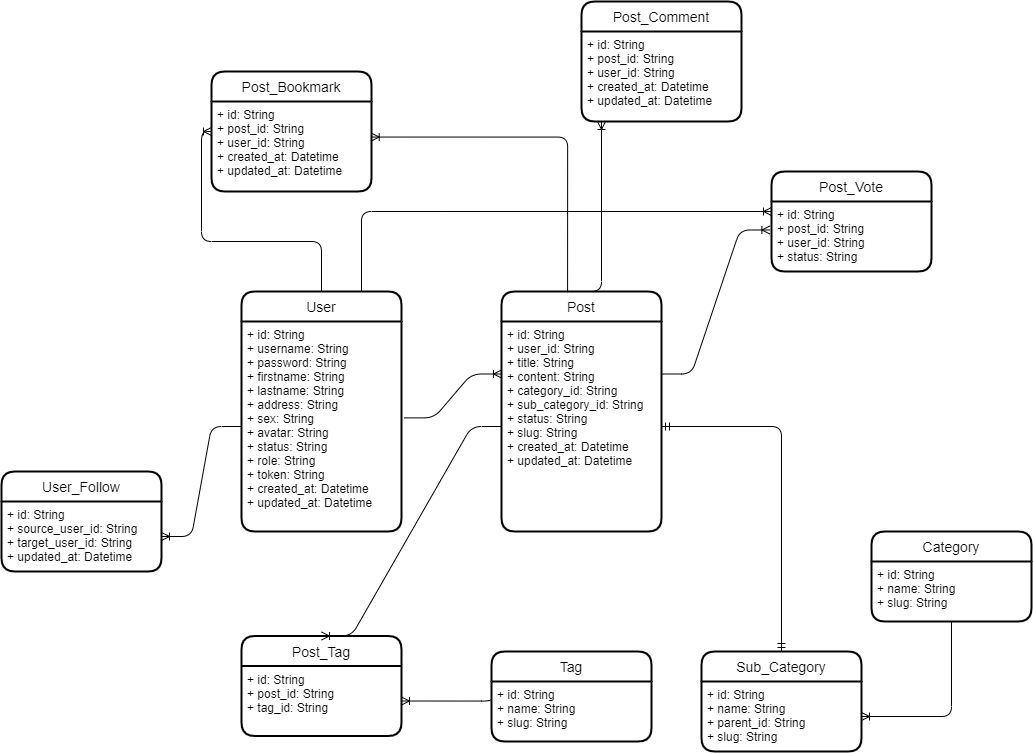
Before: 31 - Blog Database/31-Database.png, a diagram exported from draw.io (ttnhat17it3/BaiTapNodeJS). Source tidied: cells renumbered, new cells last; positions are measured from the earlier drawing's top-left corner, leaving out a move shared by most shapes. Its diagram source:
```xml
<mxGraphModel>
  <root>
    <mxCell id="0" />
    <mxCell id="1" parent="0" />
    <mxCell id="2" value="User" style="swimlane;horizontal=1;startSize=30;rounded=1;fontSize=14;fontStyle=0;strokeWidth=2;shadow=0;dashed=0;align=center;" parent="1" vertex="1">
      <mxGeometry x="240" y="290" width="160" height="240" as="geometry" />
    </mxCell>
    <mxCell id="3" value="+ id: String&#10;+ username: String&#10;+ password: String&#10;+ firstname: String&#10;+ lastname: String&#10;+ address: String&#10;+ sex: String&#10;+ avatar: String&#10;+ status: String&#10;+ role: String&#10;+ token: String&#10;+ created_at: Datetime&#10;+ updated_at: Datetime" style="align=left;strokeColor=none;fillColor=none;spacingLeft=4;fontSize=12;verticalAlign=top;" parent="2" vertex="1">
      <mxGeometry y="30" width="160" height="210" as="geometry" />
    </mxCell>
    <mxCell id="4" value="Post" style="swimlane;horizontal=1;startSize=30;rounded=1;fontSize=14;fontStyle=0;strokeWidth=2;shadow=0;dashed=0;align=center;" parent="1" vertex="1">
      <mxGeometry x="500" y="290" width="160" height="240" as="geometry" />
    </mxCell>
    <mxCell id="5" value="+ id: String&#10;+ user_id: String&#10;+ title: String&#10;+ content: String&#10;+ category_id: String&#10;+ sub_category_id: String&#10;+ status: String&#10;+ slug: String&#10;+ created_at: Datetime&#10;+ updated_at: Datetime&#10;" style="align=left;strokeColor=none;fillColor=none;spacingLeft=4;fontSize=12;verticalAlign=top;" parent="4" vertex="1">
      <mxGeometry y="30" width="160" height="210" as="geometry" />
    </mxCell>
    <mxCell id="6" value="Category" style="swimlane;horizontal=1;startSize=30;rounded=1;fontSize=14;fontStyle=0;strokeWidth=2;shadow=0;dashed=0;align=center;" parent="1" vertex="1">
      <mxGeometry x="870" y="530" width="160" height="90" as="geometry" />
    </mxCell>
    <mxCell id="7" value="+ id: String&#10;+ name: String&#10;+ slug: String" style="align=left;strokeColor=none;fillColor=none;spacingLeft=4;fontSize=12;verticalAlign=top;" parent="6" vertex="1">
      <mxGeometry y="30" width="160" height="60" as="geometry" />
    </mxCell>
    <mxCell id="8" value="Tag" style="swimlane;horizontal=1;startSize=30;rounded=1;fontSize=14;fontStyle=0;strokeWidth=2;shadow=0;dashed=0;align=center;" parent="1" vertex="1">
      <mxGeometry x="490" y="650" width="160" height="90" as="geometry" />
    </mxCell>
    <mxCell id="9" value="+ id: String&#10;+ name: String&#10;+ slug: String" style="align=left;strokeColor=none;fillColor=none;spacingLeft=4;fontSize=12;verticalAlign=top;" parent="8" vertex="1">
      <mxGeometry y="30" width="160" height="60" as="geometry" />
    </mxCell>
    <mxCell id="10" value="Sub_Category" style="swimlane;horizontal=1;startSize=30;rounded=1;fontSize=14;fontStyle=0;strokeWidth=2;shadow=0;dashed=0;align=center;" parent="1" vertex="1">
      <mxGeometry x="700" y="650" width="160" height="100" as="geometry" />
    </mxCell>
    <mxCell id="11" value="+ id: String&#10;+ name: String&#10;+ parent_id: String&#10;+ slug: String" style="align=left;strokeColor=none;fillColor=none;spacingLeft=4;fontSize=12;verticalAlign=top;" parent="10" vertex="1">
      <mxGeometry y="30" width="160" height="70" as="geometry" />
    </mxCell>
    <mxCell id="12" value="Post_Tag" style="swimlane;horizontal=1;startSize=30;rounded=1;fontSize=14;fontStyle=0;strokeWidth=2;shadow=0;dashed=0;align=center;" parent="1" vertex="1">
      <mxGeometry x="240" y="634.5" width="160" height="100" as="geometry" />
    </mxCell>
    <mxCell id="13" value="+ id: String&#10;+ post_id: String&#10;+ tag_id: String" style="align=left;strokeColor=none;fillColor=none;spacingLeft=4;fontSize=12;verticalAlign=top;" parent="12" vertex="1">
      <mxGeometry y="30" width="160" height="70" as="geometry" />
    </mxCell>
    <mxCell id="14" value="Post_Comment" style="swimlane;horizontal=1;startSize=30;rounded=1;fontSize=14;fontStyle=0;strokeWidth=2;shadow=0;dashed=0;align=center;" parent="1" vertex="1">
      <mxGeometry x="580" width="160" height="120" as="geometry" />
    </mxCell>
    <mxCell id="15" value="+ id: String&#10;+ post_id: String&#10;+ user_id: String&#10;+ created_at: Datetime&#10;+ updated_at: Datetime" style="align=left;strokeColor=none;fillColor=none;spacingLeft=4;fontSize=12;verticalAlign=top;" parent="14" vertex="1">
      <mxGeometry y="30" width="160" height="90" as="geometry" />
    </mxCell>
    <mxCell id="16" value="User_Follow" style="swimlane;horizontal=1;startSize=30;rounded=1;fontSize=14;fontStyle=0;strokeWidth=2;shadow=0;dashed=0;align=center;" parent="1" vertex="1">
      <mxGeometry y="470" width="160" height="100" as="geometry" />
    </mxCell>
    <mxCell id="17" value="+ id: String&#10;+ source_user_id: String&#10;+ target_user_id: String&#10;+ updated_at: Datetime" style="align=left;strokeColor=none;fillColor=none;spacingLeft=4;fontSize=12;verticalAlign=top;" parent="16" vertex="1">
      <mxGeometry y="30" width="160" height="70" as="geometry" />
    </mxCell>
    <mxCell id="18" value="Post_Vote" style="swimlane;horizontal=1;startSize=30;rounded=1;fontSize=14;fontStyle=0;strokeWidth=2;shadow=0;dashed=0;align=center;" parent="1" vertex="1">
      <mxGeometry x="770" y="170" width="160" height="100" as="geometry" />
    </mxCell>
    <mxCell id="19" value="+ id: String&#10;+ post_id: String&#10;+ user_id: String&#10;+ status: String" style="align=left;strokeColor=none;fillColor=none;spacingLeft=4;fontSize=12;verticalAlign=top;" parent="18" vertex="1">
      <mxGeometry y="30" width="160" height="70" as="geometry" />
    </mxCell>
    <mxCell id="20" style="edgeStyle=entityRelationEdgeStyle;fontSize=12;html=1;endArrow=ERoneToMany;entryX=0.5;entryY=0;entryDx=0;entryDy=0;" parent="1" edge="1" source="5" target="12">
      <mxGeometry relative="1" as="geometry" />
    </mxCell>
    <mxCell id="21" style="edgeStyle=orthogonalEdgeStyle;fontSize=12;html=1;endArrow=ERmandOne;startArrow=ERmandOne;exitX=1;exitY=0.5;exitDx=0;exitDy=0;" parent="1" edge="1" source="5" target="10">
      <mxGeometry relative="1" as="geometry" />
    </mxCell>
    <mxCell id="22" style="edgeStyle=orthogonalEdgeStyle;fontSize=12;html=1;endArrow=ERoneToMany;entryX=1;entryY=0.5;entryDx=0;entryDy=0;exitX=0;exitY=0.25;exitDx=0;exitDy=0;" parent="1" edge="1" source="9" target="13">
      <mxGeometry relative="1" as="geometry">
        <Array as="points">
          <mxPoint x="490" y="700" />
        </Array>
      </mxGeometry>
    </mxCell>
    <mxCell id="23" style="edgeStyle=orthogonalEdgeStyle;fontSize=12;html=1;endArrow=ERoneToMany;exitX=0.5;exitY=1;exitDx=0;exitDy=0;entryX=1;entryY=0.5;entryDx=0;entryDy=0;" parent="1" edge="1" source="7" target="11">
      <mxGeometry relative="1" as="geometry" />
    </mxCell>
    <mxCell id="24" style="edgeStyle=entityRelationEdgeStyle;fontSize=12;html=1;endArrow=ERoneToMany;exitX=1.016;exitY=0.459;exitDx=0;exitDy=0;exitPerimeter=0;entryX=0;entryY=0.25;entryDx=0;entryDy=0;" parent="1" edge="1" source="3" target="5">
      <mxGeometry relative="1" as="geometry" />
    </mxCell>
    <mxCell id="25" style="edgeStyle=orthogonalEdgeStyle;fontSize=12;html=1;endArrow=ERoneToMany;exitX=0.5;exitY=0;exitDx=0;exitDy=0;" parent="1" edge="1" source="4" target="15">
      <mxGeometry relative="1" as="geometry">
        <Array as="points">
          <mxPoint x="600" y="290" />
        </Array>
      </mxGeometry>
    </mxCell>
    <mxCell id="26" style="edgeStyle=entityRelationEdgeStyle;fontSize=12;html=1;endArrow=ERoneToMany;exitX=1;exitY=0.25;exitDx=0;exitDy=0;entryX=-0.01;entryY=0.407;entryDx=0;entryDy=0;entryPerimeter=0;" parent="1" edge="1" source="5" target="19">
      <mxGeometry relative="1" as="geometry" />
    </mxCell>
    <mxCell id="27" style="edgeStyle=entityRelationEdgeStyle;fontSize=12;html=1;endArrow=ERoneToMany;exitX=0;exitY=0.5;exitDx=0;exitDy=0;entryX=1;entryY=0.5;entryDx=0;entryDy=0;" parent="1" edge="1" source="3" target="17">
      <mxGeometry relative="1" as="geometry" />
    </mxCell>
    <mxCell id="28" value="Post_Bookmark" style="swimlane;horizontal=1;startSize=30;rounded=1;fontSize=14;fontStyle=0;strokeWidth=2;shadow=0;dashed=0;align=center;" parent="1" vertex="1">
      <mxGeometry x="210" y="70" width="160" height="120" as="geometry" />
    </mxCell>
    <mxCell id="29" value="+ id: String&#10;+ post_id: String&#10;+ user_id: String&#10;+ created_at: Datetime&#10;+ updated_at: Datetime" style="align=left;strokeColor=none;fillColor=none;spacingLeft=4;fontSize=12;verticalAlign=top;" parent="28" vertex="1">
      <mxGeometry y="30" width="160" height="90" as="geometry" />
    </mxCell>
    <mxCell id="30" style="edgeStyle=orthogonalEdgeStyle;fontSize=12;html=1;endArrow=ERoneToMany;exitX=0.413;exitY=0.003;exitDx=0;exitDy=0;exitPerimeter=0;entryX=0.998;entryY=0.395;entryDx=0;entryDy=0;entryPerimeter=0;" parent="1" edge="1" source="4" target="29">
      <mxGeometry relative="1" as="geometry" />
    </mxCell>
    <mxCell id="31" style="edgeStyle=orthogonalEdgeStyle;fontSize=12;html=1;endArrow=ERoneToMany;exitX=0.5;exitY=0;exitDx=0;exitDy=0;entryX=0;entryY=0.5;entryDx=0;entryDy=0;" parent="1" edge="1" source="2" target="28">
      <mxGeometry relative="1" as="geometry" />
    </mxCell>
    <mxCell id="32" style="edgeStyle=orthogonalEdgeStyle;fontSize=12;html=1;endArrow=ERoneToMany;exitX=0.75;exitY=0;exitDx=0;exitDy=0;entryX=0;entryY=0.143;entryDx=0;entryDy=0;entryPerimeter=0;" parent="1" edge="1" source="2" target="19">
      <mxGeometry relative="1" as="geometry" />
    </mxCell>
  </root>
</mxGraphModel>
```
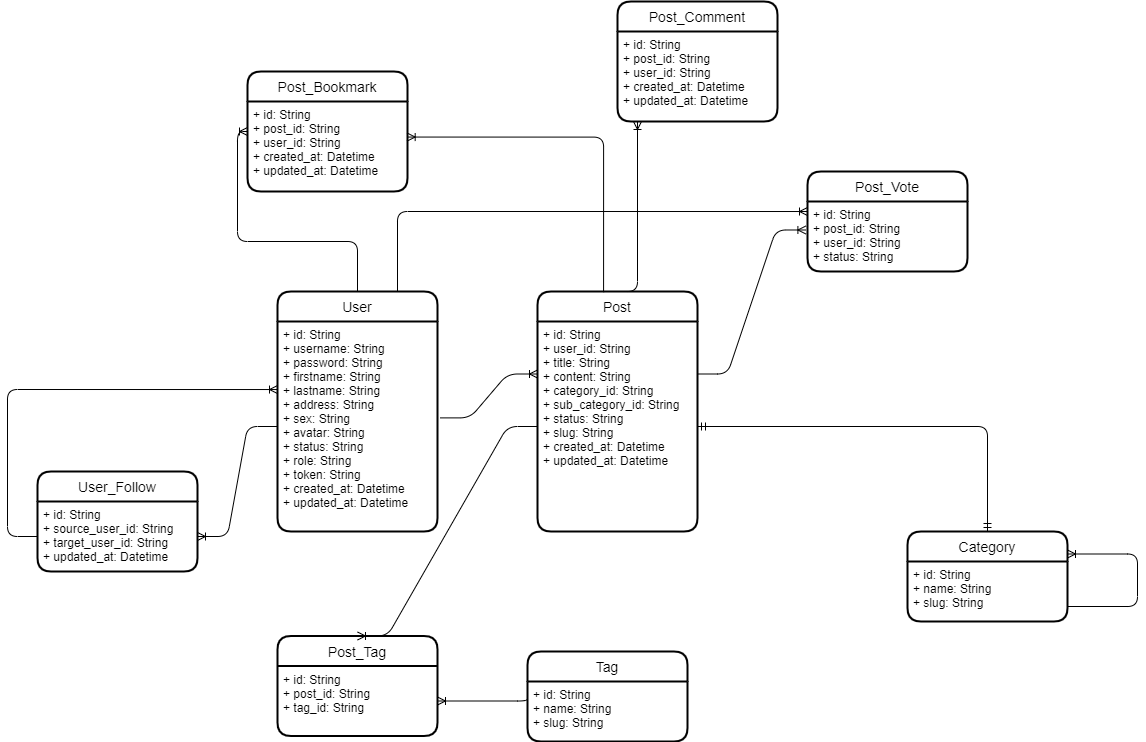
Above is the later version.

Change to the diagram source:
```diff
@@ -20,18 +20,20 @@
     <mxCell id="7" value="+ id: String&#10;+ name: String&#10;+ slug: String" style="align=left;strokeColor=none;fillColor=none;spacingLeft=4;fontSize=12;verticalAlign=top;" parent="6" vertex="1">
       <mxGeometry y="30" width="160" height="60" as="geometry" />
     </mxCell>
+    <mxCell id="33" style="edgeStyle=orthogonalEdgeStyle;fontSize=12;html=1;endArrow=ERoneToMany;exitX=1;exitY=0.75;exitDx=0;exitDy=0;entryX=1;entryY=0.25;entryDx=0;entryDy=0;" parent="6" edge="1" source="7" target="6">
+      <mxGeometry relative="1" as="geometry">
+        <Array as="points">
+          <mxPoint x="230" y="75" />
+          <mxPoint x="230" y="23" />
+        </Array>
+      </mxGeometry>
+    </mxCell>
     <mxCell id="8" value="Tag" style="swimlane;horizontal=1;startSize=30;rounded=1;fontSize=14;fontStyle=0;strokeWidth=2;shadow=0;dashed=0;align=center;" parent="1" vertex="1">
       <mxGeometry x="490" y="650" width="160" height="90" as="geometry" />
     </mxCell>
     <mxCell id="9" value="+ id: String&#10;+ name: String&#10;+ slug: String" style="align=left;strokeColor=none;fillColor=none;spacingLeft=4;fontSize=12;verticalAlign=top;" parent="8" vertex="1">
       <mxGeometry y="30" width="160" height="60" as="geometry" />
     </mxCell>
-    <mxCell id="10" value="Sub_Category" style="swimlane;horizontal=1;startSize=30;rounded=1;fontSize=14;fontStyle=0;strokeWidth=2;shadow=0;dashed=0;align=center;" parent="1" vertex="1">
-      <mxGeometry x="700" y="650" width="160" height="100" as="geometry" />
-    </mxCell>
-    <mxCell id="11" value="+ id: String&#10;+ name: String&#10;+ parent_id: String&#10;+ slug: String" style="align=left;strokeColor=none;fillColor=none;spacingLeft=4;fontSize=12;verticalAlign=top;" parent="10" vertex="1">
-      <mxGeometry y="30" width="160" height="70" as="geometry" />
-    </mxCell>
     <mxCell id="12" value="Post_Tag" style="swimlane;horizontal=1;startSize=30;rounded=1;fontSize=14;fontStyle=0;strokeWidth=2;shadow=0;dashed=0;align=center;" parent="1" vertex="1">
       <mxGeometry x="240" y="634.5" width="160" height="100" as="geometry" />
     </mxCell>
@@ -59,7 +61,7 @@
     <mxCell id="20" style="edgeStyle=entityRelationEdgeStyle;fontSize=12;html=1;endArrow=ERoneToMany;entryX=0.5;entryY=0;entryDx=0;entryDy=0;" parent="1" edge="1" source="5" target="12">
       <mxGeometry relative="1" as="geometry" />
     </mxCell>
-    <mxCell id="21" style="edgeStyle=orthogonalEdgeStyle;fontSize=12;html=1;endArrow=ERmandOne;startArrow=ERmandOne;exitX=1;exitY=0.5;exitDx=0;exitDy=0;" parent="1" edge="1" source="5" target="10">
+    <mxCell id="21" style="edgeStyle=orthogonalEdgeStyle;fontSize=12;html=1;endArrow=ERmandOne;startArrow=ERmandOne;exitX=1;exitY=0.5;exitDx=0;exitDy=0;entryX=0.5;entryY=0;entryDx=0;entryDy=0;" parent="1" edge="1" source="5" target="6">
       <mxGeometry relative="1" as="geometry" />
     </mxCell>
     <mxCell id="22" style="edgeStyle=orthogonalEdgeStyle;fontSize=12;html=1;endArrow=ERoneToMany;entryX=1;entryY=0.5;entryDx=0;entryDy=0;exitX=0;exitY=0.25;exitDx=0;exitDy=0;" parent="1" edge="1" source="9" target="13">
@@ -69,9 +71,6 @@
         </Array>
       </mxGeometry>
     </mxCell>
-    <mxCell id="23" style="edgeStyle=orthogonalEdgeStyle;fontSize=12;html=1;endArrow=ERoneToMany;exitX=0.5;exitY=1;exitDx=0;exitDy=0;entryX=1;entryY=0.5;entryDx=0;entryDy=0;" parent="1" edge="1" source="7" target="11">
-      <mxGeometry relative="1" as="geometry" />
-    </mxCell>
     <mxCell id="24" style="edgeStyle=entityRelationEdgeStyle;fontSize=12;html=1;endArrow=ERoneToMany;exitX=1.016;exitY=0.459;exitDx=0;exitDy=0;exitPerimeter=0;entryX=0;entryY=0.25;entryDx=0;entryDy=0;" parent="1" edge="1" source="3" target="5">
       <mxGeometry relative="1" as="geometry" />
     </mxCell>
@@ -103,5 +102,13 @@
     <mxCell id="32" style="edgeStyle=orthogonalEdgeStyle;fontSize=12;html=1;endArrow=ERoneToMany;exitX=0.75;exitY=0;exitDx=0;exitDy=0;entryX=0;entryY=0.143;entryDx=0;entryDy=0;entryPerimeter=0;" parent="1" edge="1" source="2" target="19">
       <mxGeometry relative="1" as="geometry" />
     </mxCell>
+    <mxCell id="34" style="edgeStyle=orthogonalEdgeStyle;fontSize=12;html=1;endArrow=ERoneToMany;exitX=0;exitY=0.5;exitDx=0;exitDy=0;entryX=0;entryY=0.324;entryDx=0;entryDy=0;entryPerimeter=0;" parent="1" edge="1" source="17" target="3">
+      <mxGeometry relative="1" as="geometry">
+        <Array as="points">
+          <mxPoint x="-30" y="535" />
+          <mxPoint x="-30" y="388" />
+        </Array>
+      </mxGeometry>
+    </mxCell>
   </root>
 </mxGraphModel>
```
